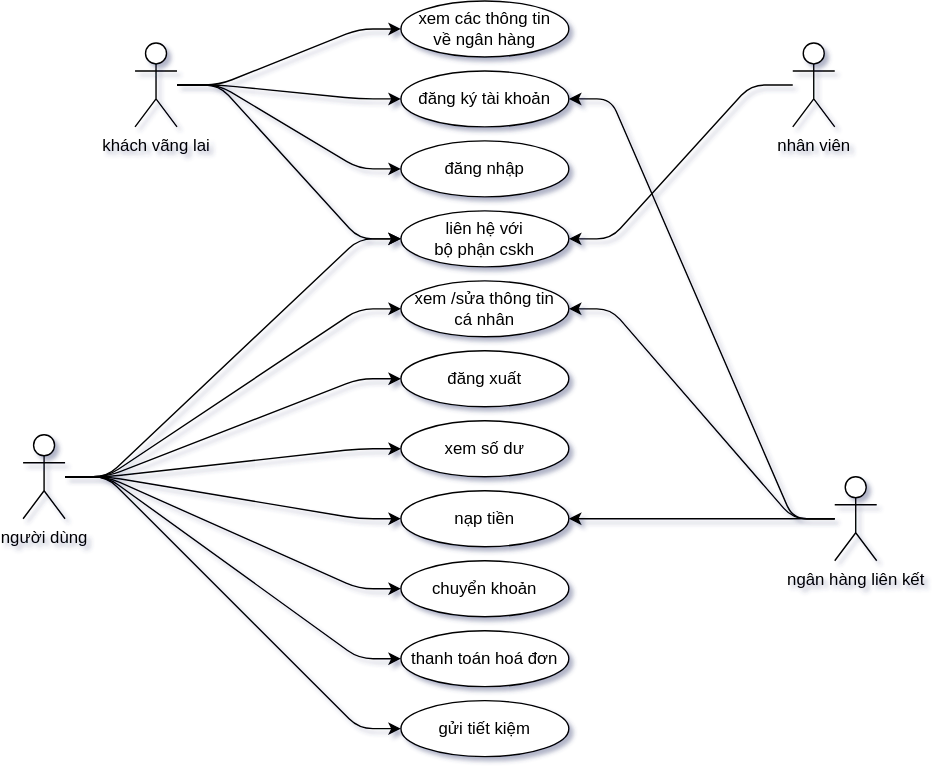
Earlier version of the draw.io export diagrams/use_case.svg (trandong2932002/cnpm). Source tidied: cells renumbered, new cells last; positions are measured from the earlier drawing's top-left corner, leaving out a move shared by most shapes.
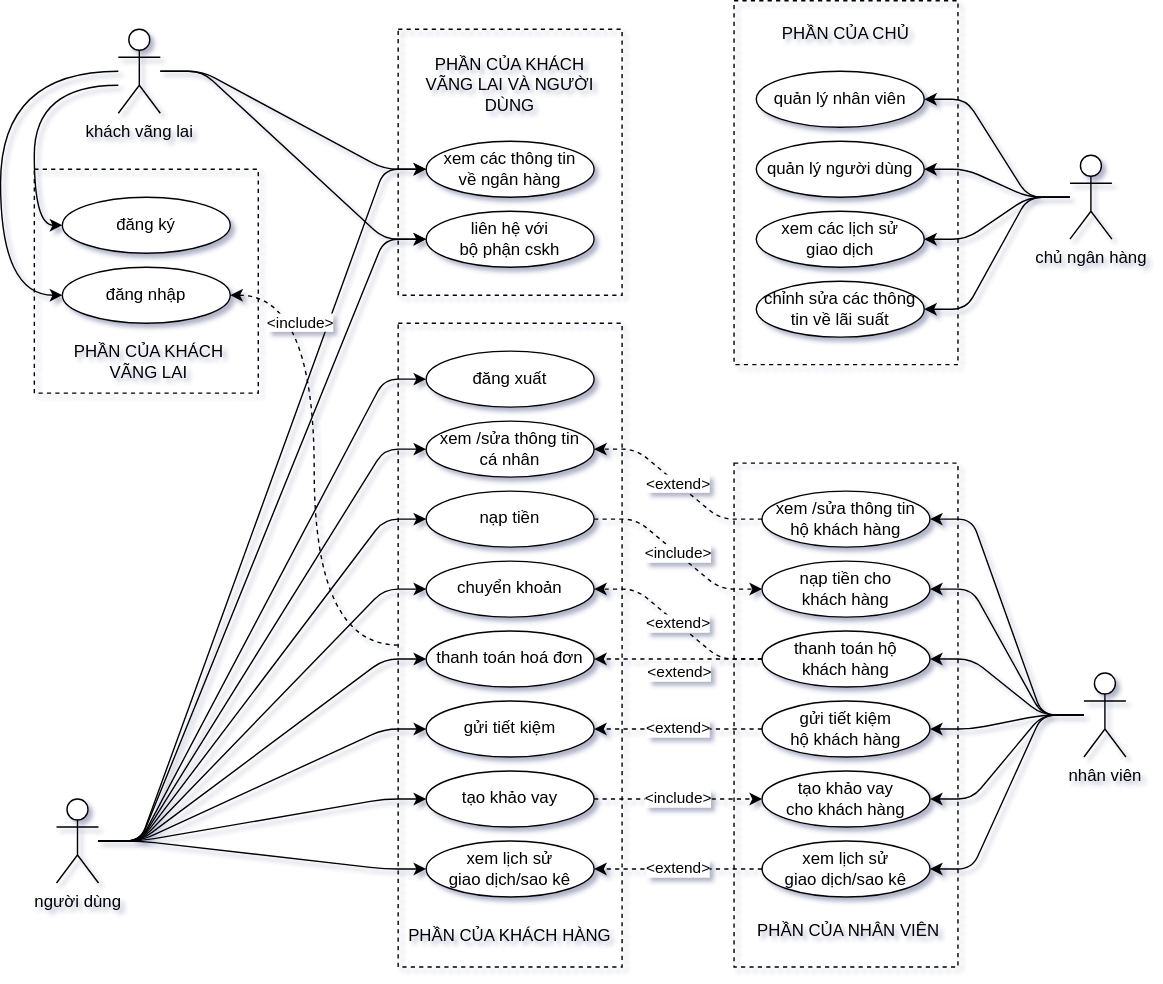
After the commit.

Commit message:
Sửa sơ đồ Use Case

What changed in the source:
```diff
@@ -2,36 +2,61 @@
   <root>
     <mxCell id="0" />
     <mxCell id="1" parent="0" />
+    <mxCell id="33" style="group;" parent="1" vertex="1">
+      <mxGeometry x="190" y="160.4" width="160" height="460" as="geometry" />
+    </mxCell>
+    <mxCell id="34" style="rounded=0;whiteSpace=wrap;html=1;fillColor=none;dashed=1;" parent="33" vertex="1">
+      <mxGeometry width="160" height="460" as="geometry" />
+    </mxCell>
+    <mxCell id="35" value="PHẦN CỦA KHÁCH HÀNG" style="text;html=1;strokeColor=none;fillColor=none;align=center;verticalAlign=middle;whiteSpace=wrap;rounded=0;dashed=1;" parent="33" vertex="1">
+      <mxGeometry x="5" y="423.9" width="150" height="27.1" as="geometry" />
+    </mxCell>
+    <mxCell id="36" style="group;" parent="1" vertex="1">
+      <mxGeometry x="430" y="-70" width="160" height="260" as="geometry" />
+    </mxCell>
+    <mxCell id="37" style="rounded=0;whiteSpace=wrap;html=1;fillColor=none;dashed=1;" parent="36" vertex="1">
+      <mxGeometry width="160" height="260" as="geometry" />
+    </mxCell>
+    <mxCell id="38" value="PHẦN CỦA CHỦ" style="text;html=1;strokeColor=none;fillColor=none;align=center;verticalAlign=middle;whiteSpace=wrap;rounded=0;dashed=1;" parent="36" vertex="1">
+      <mxGeometry x="10" y="10" width="140" height="28.9" as="geometry" />
+    </mxCell>
+    <mxCell id="39" style="group;" parent="1" vertex="1">
+      <mxGeometry x="430" y="260.4" width="160" height="360" as="geometry" />
+    </mxCell>
+    <mxCell id="40" style="rounded=0;whiteSpace=wrap;html=1;fillColor=none;dashed=1;" parent="39" vertex="1">
+      <mxGeometry width="160" height="360" as="geometry" />
+    </mxCell>
+    <mxCell id="41" value="PHẦN CỦA NHÂN VIÊN" style="text;html=1;strokeColor=none;fillColor=none;align=center;verticalAlign=middle;whiteSpace=wrap;rounded=0;dashed=1;" parent="39" vertex="1">
+      <mxGeometry x="12.2" y="320" width="140" height="30" as="geometry" />
+    </mxCell>
     <mxCell id="2" style="edgeStyle=entityRelationEdgeStyle;html=1;" parent="1" edge="1" source="6" target="7">
       <mxGeometry relative="1" as="geometry" />
     </mxCell>
-    <mxCell id="3" style="edgeStyle=entityRelationEdgeStyle;html=1;entryX=0;entryY=0.5;entryDx=0;entryDy=0;" parent="1" edge="1" source="6" target="22">
-      <mxGeometry relative="1" as="geometry" />
-    </mxCell>
+    <mxCell id="5" style="edgeStyle=entityRelationEdgeStyle;html=1;entryX=0;entryY=0.5;entryDx=0;entryDy=0;" parent="1" edge="1" source="6" target="24">
+      <mxGeometry relative="1" as="geometry" />
+    </mxCell>
+    <mxCell id="42" style="edgeStyle=orthogonalEdgeStyle;html=1;entryX=0;entryY=0.5;entryDx=0;entryDy=0;curved=1;" parent="1" edge="1" source="6" target="82">
+      <mxGeometry relative="1" as="geometry">
+        <Array as="points">
+          <mxPoint x="-70" y="-9.6" />
+          <mxPoint x="-70" y="90.4" />
+        </Array>
+      </mxGeometry>
+    </mxCell>
-    <mxCell id="4" style="edgeStyle=entityRelationEdgeStyle;html=1;entryX=0;entryY=0.5;entryDx=0;entryDy=0;" parent="1" edge="1" source="6" target="23">
-      <mxGeometry relative="1" as="geometry" />
+    <mxCell id="4" style="edgeStyle=orthogonalEdgeStyle;curved=1;html=1;entryX=0;entryY=0.5;entryDx=0;entryDy=0;" parent="1" edge="1" source="6" target="23">
+      <mxGeometry relative="1" as="geometry">
+        <Array as="points">
+          <mxPoint x="-94.1" y="-19.6" />
+          <mxPoint x="-94.1" y="140.4" />
+        </Array>
+      </mxGeometry>
     </mxCell>
-    <mxCell id="5" style="edgeStyle=entityRelationEdgeStyle;html=1;entryX=0;entryY=0.5;entryDx=0;entryDy=0;" parent="1" edge="1" source="6" target="24">
-      <mxGeometry relative="1" as="geometry" />
-    </mxCell>
     <mxCell id="6" value="khách vãng lai" style="shape=umlActor;verticalLabelPosition=bottom;verticalAlign=top;html=1;outlineConnect=0;" parent="1" vertex="1">
-      <mxGeometry x="80" y="30" width="30" height="60" as="geometry" />
+      <mxGeometry x="-10" y="-49.6" width="30" height="60" as="geometry" />
     </mxCell>
-    <mxCell id="7" value="xem các thông tin&lt;br&gt;về ngân hàng" style="ellipse;whiteSpace=wrap;html=1;" parent="1" vertex="1">
-      <mxGeometry x="270" width="120" height="40" as="geometry" />
-    </mxCell>
-    <mxCell id="8" style="edgeStyle=entityRelationEdgeStyle;html=1;entryX=0;entryY=0.5;entryDx=0;entryDy=0;" parent="1" edge="1" source="16" target="24">
-      <mxGeometry relative="1" as="geometry" />
-    </mxCell>
     <mxCell id="9" style="edgeStyle=entityRelationEdgeStyle;html=1;entryX=0;entryY=0.5;entryDx=0;entryDy=0;" parent="1" edge="1" source="16" target="26">
       <mxGeometry relative="1" as="geometry" />
     </mxCell>
-    <mxCell id="10" style="edgeStyle=entityRelationEdgeStyle;html=1;entryX=0;entryY=0.5;entryDx=0;entryDy=0;" parent="1" edge="1" source="16" target="25">
-      <mxGeometry relative="1" as="geometry" />
-    </mxCell>
-    <mxCell id="11" style="edgeStyle=entityRelationEdgeStyle;html=1;entryX=0;entryY=0.5;entryDx=0;entryDy=0;" parent="1" edge="1" source="16" target="17">
-      <mxGeometry relative="1" as="geometry" />
-    </mxCell>
     <mxCell id="12" style="edgeStyle=entityRelationEdgeStyle;html=1;entryX=0;entryY=0.5;entryDx=0;entryDy=0;" parent="1" edge="1" source="16" target="18">
       <mxGeometry relative="1" as="geometry" />
     </mxCell>
@@ -44,56 +69,167 @@
     <mxCell id="15" style="edgeStyle=entityRelationEdgeStyle;html=1;entryX=0;entryY=0.5;entryDx=0;entryDy=0;" parent="1" edge="1" source="16" target="21">
       <mxGeometry relative="1" as="geometry" />
     </mxCell>
+    <mxCell id="43" style="edgeStyle=entityRelationEdgeStyle;html=1;entryX=0;entryY=0.5;entryDx=0;entryDy=0;" parent="1" edge="1" source="16" target="54">
+      <mxGeometry relative="1" as="geometry" />
+    </mxCell>
+    <mxCell id="44" style="edgeStyle=entityRelationEdgeStyle;html=1;entryX=0;entryY=0.5;entryDx=0;entryDy=0;" parent="1" edge="1" source="16" target="55">
+      <mxGeometry relative="1" as="geometry" />
+    </mxCell>
+    <mxCell id="8" style="edgeStyle=entityRelationEdgeStyle;html=1;" parent="1" edge="1" source="16" target="24">
+      <mxGeometry relative="1" as="geometry" />
+    </mxCell>
+    <mxCell id="45" style="edgeStyle=entityRelationEdgeStyle;html=1;" parent="1" edge="1" source="16" target="7">
+      <mxGeometry relative="1" as="geometry" />
+    </mxCell>
+    <mxCell id="10" style="edgeStyle=entityRelationEdgeStyle;html=1;entryX=0;entryY=0.5;entryDx=0;entryDy=0;" parent="1" edge="1" source="16" target="25">
+      <mxGeometry relative="1" as="geometry" />
+    </mxCell>
     <mxCell id="16" value="người dùng" style="shape=umlActor;verticalLabelPosition=bottom;verticalAlign=top;html=1;outlineConnect=0;" parent="1" vertex="1">
-      <mxGeometry y="310" width="30" height="60" as="geometry" />
+      <mxGeometry x="-54.1" y="500.4" width="30" height="60" as="geometry" />
     </mxCell>
-    <mxCell id="17" value="xem số dư" style="ellipse;whiteSpace=wrap;html=1;" parent="1" vertex="1">
-      <mxGeometry x="270" y="300" width="120" height="40" as="geometry" />
-    </mxCell>
+    <mxCell id="46" value="&amp;lt;include&amp;gt;" style="edgeStyle=entityRelationEdgeStyle;html=1;entryX=0;entryY=0.5;entryDx=0;entryDy=0;dashed=1;" parent="1" edge="1" source="18" target="58">
+      <mxGeometry relative="1" as="geometry" />
+    </mxCell>
     <mxCell id="18" value="nạp tiền" style="ellipse;whiteSpace=wrap;html=1;" parent="1" vertex="1">
-      <mxGeometry x="270" y="350" width="120" height="40" as="geometry" />
+      <mxGeometry x="210" y="280.4" width="120" height="40" as="geometry" />
     </mxCell>
     <mxCell id="19" value="chuyển khoản" style="ellipse;whiteSpace=wrap;html=1;" parent="1" vertex="1">
-      <mxGeometry x="270" y="400" width="120" height="40" as="geometry" />
+      <mxGeometry x="210" y="330.4" width="120" height="40" as="geometry" />
     </mxCell>
     <mxCell id="20" value="thanh toán hoá đơn" style="ellipse;whiteSpace=wrap;html=1;" parent="1" vertex="1">
-      <mxGeometry x="270" y="450" width="120" height="40" as="geometry" />
+      <mxGeometry x="210" y="380.4" width="120" height="40" as="geometry" />
     </mxCell>
     <mxCell id="21" value="gửi tiết kiệm" style="ellipse;whiteSpace=wrap;html=1;" parent="1" vertex="1">
-      <mxGeometry x="270" y="500" width="120" height="40" as="geometry" />
+      <mxGeometry x="210" y="430.4" width="120" height="40" as="geometry" />
     </mxCell>
-    <mxCell id="22" value="đăng ký tài khoản" style="ellipse;whiteSpace=wrap;html=1;" parent="1" vertex="1">
-      <mxGeometry x="270" y="50" width="120" height="40" as="geometry" />
-    </mxCell>
+    <mxCell id="26" value="xem /sửa thông tin&lt;br&gt;cá nhân" style="ellipse;whiteSpace=wrap;html=1;" parent="1" vertex="1">
+      <mxGeometry x="210" y="230.4" width="120" height="40" as="geometry" />
+    </mxCell>
+    <mxCell id="47" style="edgeStyle=entityRelationEdgeStyle;html=1;entryX=1;entryY=0.5;entryDx=0;entryDy=0;" parent="1" edge="1" source="32" target="57">
+      <mxGeometry relative="1" as="geometry" />
+    </mxCell>
+    <mxCell id="48" style="edgeStyle=entityRelationEdgeStyle;html=1;entryX=1;entryY=0.5;entryDx=0;entryDy=0;" parent="1" edge="1" source="32" target="58">
+      <mxGeometry relative="1" as="geometry" />
+    </mxCell>
+    <mxCell id="49" style="edgeStyle=entityRelationEdgeStyle;html=1;entryX=1;entryY=0.5;entryDx=0;entryDy=0;" parent="1" edge="1" source="32" target="61">
+      <mxGeometry relative="1" as="geometry" />
+    </mxCell>
+    <mxCell id="50" style="edgeStyle=entityRelationEdgeStyle;html=1;entryX=1;entryY=0.5;entryDx=0;entryDy=0;" parent="1" edge="1" source="32" target="63">
+      <mxGeometry relative="1" as="geometry" />
+    </mxCell>
+    <mxCell id="51" style="edgeStyle=entityRelationEdgeStyle;html=1;entryX=1;entryY=0.5;entryDx=0;entryDy=0;" parent="1" edge="1" source="32" target="64">
+      <mxGeometry relative="1" as="geometry" />
+    </mxCell>
+    <mxCell id="52" style="edgeStyle=entityRelationEdgeStyle;html=1;entryX=1;entryY=0.5;entryDx=0;entryDy=0;" parent="1" edge="1" source="32" target="66">
+      <mxGeometry relative="1" as="geometry" />
+    </mxCell>
+    <mxCell id="32" value="nhân viên" style="shape=umlActor;verticalLabelPosition=bottom;verticalAlign=top;html=1;outlineConnect=0;" parent="1" vertex="1">
+      <mxGeometry x="680" y="410.4" width="30" height="60" as="geometry" />
+    </mxCell>
+    <mxCell id="53" value="&amp;lt;include&amp;gt;" style="edgeStyle=entityRelationEdgeStyle;html=1;entryX=0;entryY=0.5;entryDx=0;entryDy=0;dashed=1;" parent="1" edge="1" source="54" target="64">
+      <mxGeometry relative="1" as="geometry" />
+    </mxCell>
+    <mxCell id="54" value="tạo khảo vay" style="ellipse;whiteSpace=wrap;html=1;" parent="1" vertex="1">
+      <mxGeometry x="210" y="480.4" width="120" height="40" as="geometry" />
+    </mxCell>
+    <mxCell id="55" value="xem lịch sử&lt;br&gt;giao dịch/sao kê" style="ellipse;whiteSpace=wrap;html=1;" parent="1" vertex="1">
+      <mxGeometry x="210" y="530.4" width="120" height="40" as="geometry" />
+    </mxCell>
+    <mxCell id="56" value="&amp;lt;extend&amp;gt;" style="edgeStyle=entityRelationEdgeStyle;html=1;dashed=1;" parent="1" edge="1" source="57" target="26">
+      <mxGeometry relative="1" as="geometry" />
+    </mxCell>
+    <mxCell id="57" value="xem /sửa thông tin&lt;br&gt;hộ khách hàng" style="ellipse;whiteSpace=wrap;html=1;" parent="1" vertex="1">
+      <mxGeometry x="450" y="280.4" width="120" height="40" as="geometry" />
+    </mxCell>
+    <mxCell id="58" value="nạp tiền cho&lt;br&gt;khách hàng" style="ellipse;whiteSpace=wrap;html=1;" parent="1" vertex="1">
+      <mxGeometry x="450" y="330.4" width="120" height="40" as="geometry" />
+    </mxCell>
+    <mxCell id="59" value="&amp;lt;extend&amp;gt;" style="edgeStyle=entityRelationEdgeStyle;html=1;entryX=1;entryY=0.5;entryDx=0;entryDy=0;dashed=1;" parent="1" edge="1" source="61" target="19">
+      <mxGeometry relative="1" as="geometry" />
+    </mxCell>
+    <mxCell id="60" value="&amp;lt;extend&amp;gt;" style="edgeStyle=entityRelationEdgeStyle;html=1;entryX=1;entryY=0.5;entryDx=0;entryDy=0;dashed=1;" parent="1" edge="1" source="61" target="20">
+      <mxGeometry x="-0.02" y="10" relative="1" as="geometry" />
+    </mxCell>
+    <mxCell id="61" value="thanh toán hộ&lt;br&gt;khách hàng" style="ellipse;whiteSpace=wrap;html=1;" parent="1" vertex="1">
+      <mxGeometry x="450" y="380.4" width="120" height="40" as="geometry" />
+    </mxCell>
+    <mxCell id="62" value="&amp;lt;extend&amp;gt;" style="edgeStyle=entityRelationEdgeStyle;html=1;entryX=1;entryY=0.5;entryDx=0;entryDy=0;dashed=1;" parent="1" edge="1" source="63" target="21">
+      <mxGeometry relative="1" as="geometry" />
+    </mxCell>
+    <mxCell id="63" value="gửi tiết kiệm&lt;br&gt;hộ khách hàng" style="ellipse;whiteSpace=wrap;html=1;" parent="1" vertex="1">
+      <mxGeometry x="450" y="430.4" width="120" height="40" as="geometry" />
+    </mxCell>
+    <mxCell id="64" value="tạo khảo vay&lt;br&gt;cho khách hàng" style="ellipse;whiteSpace=wrap;html=1;" parent="1" vertex="1">
+      <mxGeometry x="450" y="480.4" width="120" height="40" as="geometry" />
+    </mxCell>
+    <mxCell id="65" value="&amp;lt;extend&amp;gt;" style="edgeStyle=none;html=1;dashed=1;" parent="1" edge="1" source="66" target="55">
+      <mxGeometry relative="1" as="geometry" />
+    </mxCell>
+    <mxCell id="66" value="xem lịch sử &lt;br&gt;giao dịch/sao kê" style="ellipse;whiteSpace=wrap;html=1;" parent="1" vertex="1">
+      <mxGeometry x="450" y="530.4" width="120" height="40" as="geometry" />
+    </mxCell>
+    <mxCell id="67" style="edgeStyle=entityRelationEdgeStyle;html=1;entryX=1;entryY=0.5;entryDx=0;entryDy=0;" parent="1" edge="1" source="74" target="78">
+      <mxGeometry relative="1" as="geometry" />
+    </mxCell>
+    <mxCell id="68" style="edgeStyle=entityRelationEdgeStyle;html=1;entryX=1;entryY=0.5;entryDx=0;entryDy=0;" parent="1" edge="1" source="74" target="79">
+      <mxGeometry relative="1" as="geometry" />
+    </mxCell>
+    <mxCell id="69" style="group;" parent="1" vertex="1">
+      <mxGeometry x="-70" y="50.4" width="160" height="160" as="geometry" />
+    </mxCell>
+    <mxCell id="70" style="rounded=0;whiteSpace=wrap;html=1;fillColor=none;dashed=1;" parent="69" vertex="1">
+      <mxGeometry width="160" height="160" as="geometry" />
+    </mxCell>
+    <mxCell id="71" value="PHẦN CỦA KHÁCH VÃNG LAI" style="text;html=1;strokeColor=none;fillColor=none;align=center;verticalAlign=middle;whiteSpace=wrap;rounded=0;dashed=1;" parent="69" vertex="1">
+      <mxGeometry x="12.2" y="120" width="140" height="35.6" as="geometry" />
+    </mxCell>
+    <mxCell id="72" style="edgeStyle=entityRelationEdgeStyle;html=1;entryX=1;entryY=0.5;entryDx=0;entryDy=0;" parent="1" edge="1" source="74" target="80">
+      <mxGeometry relative="1" as="geometry" />
+    </mxCell>
+    <mxCell id="73" style="edgeStyle=entityRelationEdgeStyle;html=1;entryX=1;entryY=0.5;entryDx=0;entryDy=0;" parent="1" edge="1" source="74" target="81">
+      <mxGeometry relative="1" as="geometry" />
+    </mxCell>
+    <mxCell id="74" value="chủ ngân hàng" style="shape=umlActor;verticalLabelPosition=bottom;verticalAlign=top;html=1;outlineConnect=0;" parent="1" vertex="1">
+      <mxGeometry x="670" y="40.4" width="30" height="60" as="geometry" />
+    </mxCell>
+    <mxCell id="75" style="group;" parent="1" vertex="1">
+      <mxGeometry x="190" y="-49.6" width="160" height="190" as="geometry" />
+    </mxCell>
+    <mxCell id="76" style="rounded=0;whiteSpace=wrap;html=1;fillColor=none;dashed=1;" parent="75" vertex="1">
+      <mxGeometry width="160" height="190" as="geometry" />
+    </mxCell>
+    <mxCell id="77" value="PHẦN CỦA KHÁCH VÃNG LAI VÀ NGƯỜI DÙNG" style="text;html=1;strokeColor=none;fillColor=none;align=center;verticalAlign=middle;whiteSpace=wrap;rounded=0;dashed=1;" parent="75" vertex="1">
+      <mxGeometry x="10" y="11.9" width="140" height="55.2" as="geometry" />
+    </mxCell>
+    <mxCell id="78" value="quản lý nhân viên" style="ellipse;whiteSpace=wrap;html=1;" parent="1" vertex="1">
+      <mxGeometry x="445.9" y="-19.6" width="120" height="40" as="geometry" />
+    </mxCell>
+    <mxCell id="79" value="quản lý người dùng" style="ellipse;whiteSpace=wrap;html=1;" parent="1" vertex="1">
+      <mxGeometry x="445.9" y="30.4" width="120" height="40" as="geometry" />
+    </mxCell>
+    <mxCell id="80" value="xem các lịch sử&lt;br&gt;giao dịch" style="ellipse;whiteSpace=wrap;html=1;" parent="1" vertex="1">
+      <mxGeometry x="445.9" y="80.4" width="120" height="40" as="geometry" />
+    </mxCell>
+    <mxCell id="81" value="chỉnh sửa các thông&lt;br&gt;tin về lãi suất" style="ellipse;whiteSpace=wrap;html=1;" parent="1" vertex="1">
+      <mxGeometry x="445.9" y="130.4" width="120" height="40" as="geometry" />
+    </mxCell>
+    <mxCell id="82" value="đăng ký" style="ellipse;whiteSpace=wrap;html=1;" parent="1" vertex="1">
+      <mxGeometry x="-50" y="70.4" width="120" height="40" as="geometry" />
+    </mxCell>
     <mxCell id="23" value="đăng nhập" style="ellipse;whiteSpace=wrap;html=1;" parent="1" vertex="1">
-      <mxGeometry x="270" y="100" width="120" height="40" as="geometry" />
+      <mxGeometry x="-50" y="120.4" width="120" height="40" as="geometry" />
     </mxCell>
     <mxCell id="24" value="liên hệ với&lt;br&gt;bộ phận cskh" style="ellipse;whiteSpace=wrap;html=1;" parent="1" vertex="1">
-      <mxGeometry x="270" y="150" width="120" height="40" as="geometry" />
+      <mxGeometry x="210" y="80.4" width="120" height="40" as="geometry" />
     </mxCell>
+    <mxCell id="7" value="xem các thông tin&lt;br&gt;về ngân hàng" style="ellipse;whiteSpace=wrap;html=1;" parent="1" vertex="1">
+      <mxGeometry x="210" y="30.4" width="120" height="40" as="geometry" />
+    </mxCell>
     <mxCell id="25" value="đăng xuất" style="ellipse;whiteSpace=wrap;html=1;" parent="1" vertex="1">
-      <mxGeometry x="270" y="250" width="120" height="40" as="geometry" />
+      <mxGeometry x="210" y="180.4" width="120" height="40" as="geometry" />
     </mxCell>
-    <mxCell id="26" value="xem /sửa thông tin&lt;br&gt;cá nhân" style="ellipse;whiteSpace=wrap;html=1;" parent="1" vertex="1">
-      <mxGeometry x="270" y="200" width="120" height="40" as="geometry" />
-    </mxCell>
-    <mxCell id="27" style="edgeStyle=entityRelationEdgeStyle;html=1;entryX=1;entryY=0.5;entryDx=0;entryDy=0;" parent="1" edge="1" source="30" target="18">
-      <mxGeometry relative="1" as="geometry" />
-    </mxCell>
-    <mxCell id="28" style="edgeStyle=entityRelationEdgeStyle;html=1;entryX=1;entryY=0.5;entryDx=0;entryDy=0;" parent="1" edge="1" source="30" target="22">
-      <mxGeometry relative="1" as="geometry" />
-    </mxCell>
-    <mxCell id="29" style="edgeStyle=entityRelationEdgeStyle;html=1;entryX=1;entryY=0.5;entryDx=0;entryDy=0;" parent="1" edge="1" source="30" target="26">
-      <mxGeometry relative="1" as="geometry" />
-    </mxCell>
-    <mxCell id="30" value="ngân hàng liên kết" style="shape=umlActor;verticalLabelPosition=bottom;verticalAlign=top;html=1;outlineConnect=0;" parent="1" vertex="1">
-      <mxGeometry x="580" y="340" width="30" height="60" as="geometry" />
-    </mxCell>
-    <mxCell id="31" style="edgeStyle=entityRelationEdgeStyle;html=1;" parent="1" edge="1" source="32" target="24">
-      <mxGeometry relative="1" as="geometry" />
-    </mxCell>
-    <mxCell id="32" value="nhân viên" style="shape=umlActor;verticalLabelPosition=bottom;verticalAlign=top;html=1;outlineConnect=0;" parent="1" vertex="1">
-      <mxGeometry x="550" y="30" width="30" height="60" as="geometry" />
-    </mxCell>
+    <mxCell id="83" value="&amp;lt;include&amp;gt;" style="edgeStyle=orthogonalEdgeStyle;curved=1;html=1;dashed=1;" parent="1" edge="1" source="34" target="23">
+      <mxGeometry x="0.57" y="10" relative="1" as="geometry" />
+    </mxCell>
   </root>
 </mxGraphModel>
```
